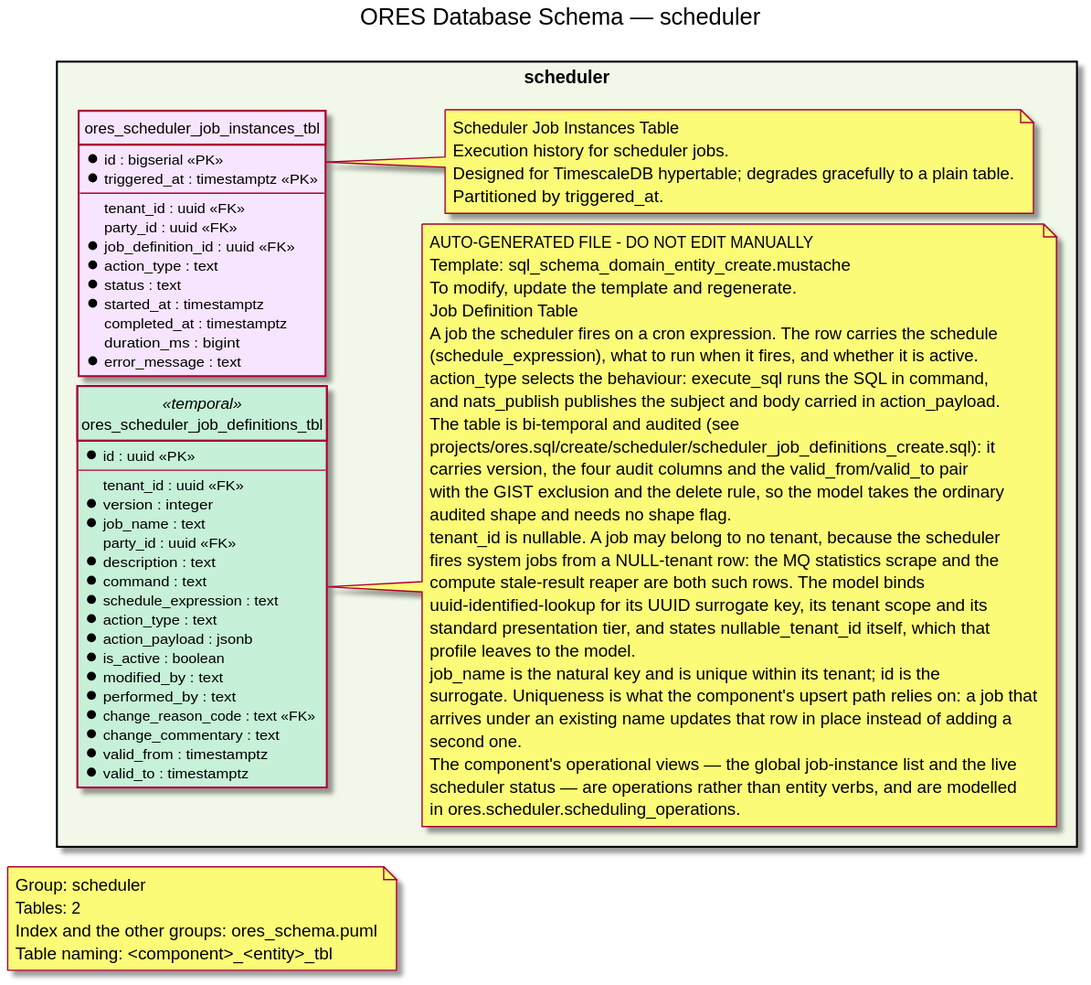
Before: projects/ores.sql/modeling/ores_schema.scheduler.svg, a diagram exported from PlantUML (OreStudio/OreStudio).
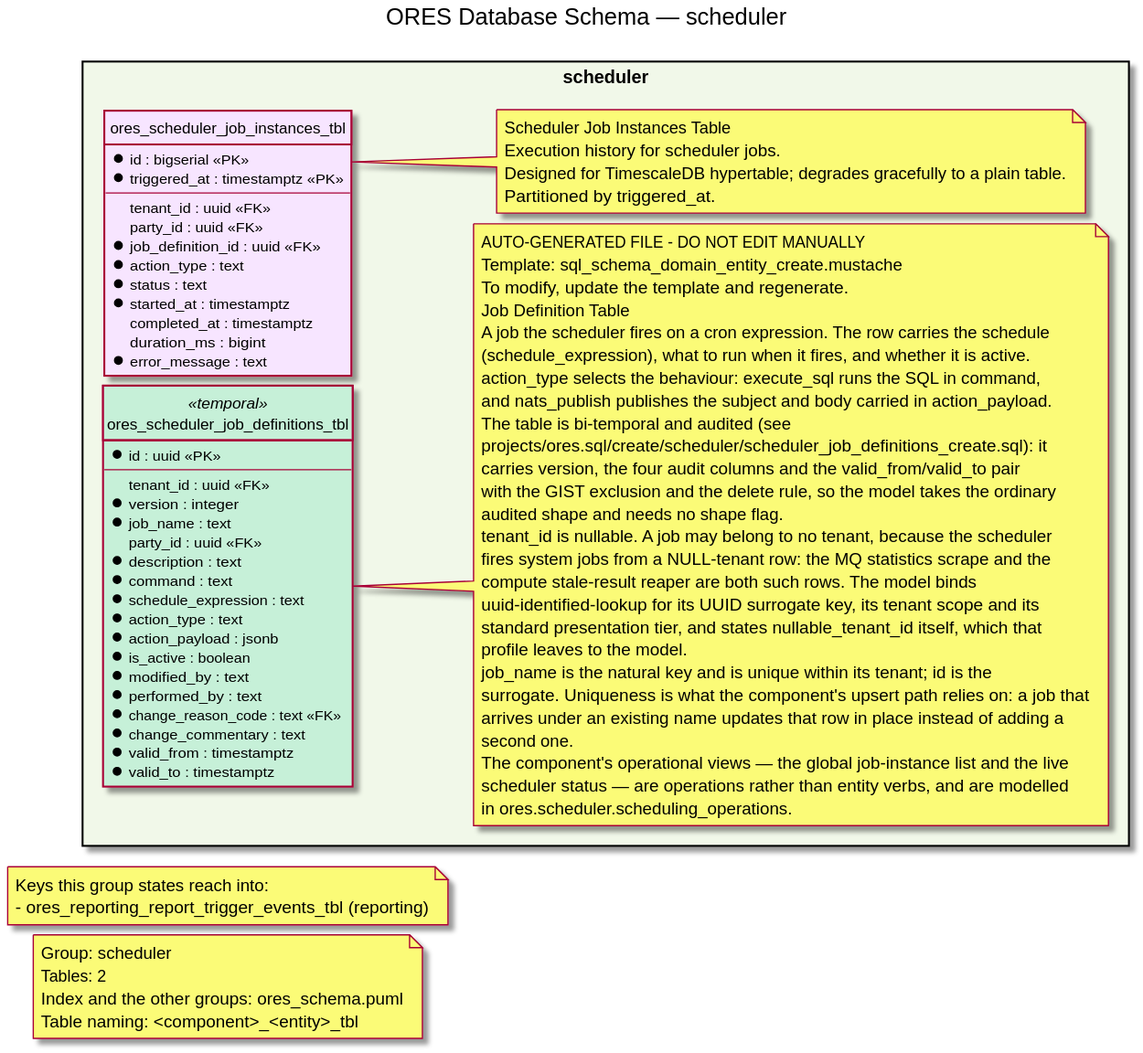
The same file after the commit.

The edit, as a diff of the source:
```diff
@@ -14,6 +14,11 @@
 Tables: 2
 Index and the other groups: ores_schema.puml
 Table naming: <component>_<entity>_tbl
+end note
+
+note as OtherGroups
+Keys this group states reach into:
+- ores_reporting_report_trigger_events_tbl (reporting)
 end note
 
 package "scheduler" #F1F8E9 {
```
